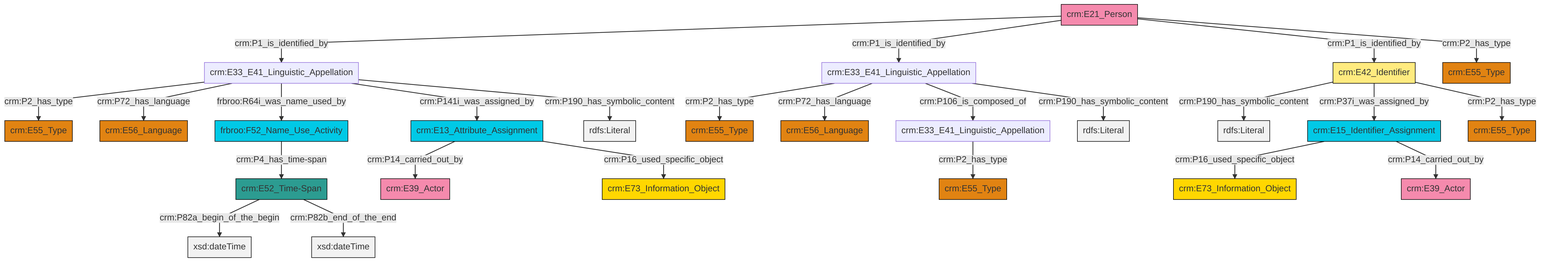
Earlier version of the Mermaid export et/personCSV/ttl/mmd/png/Person_Names_and_Classification.png (swiss-art-research-net/docs.swissartresearch). Its source is kept beside it as et/personCSV/ttl/mmd/Person_Names_and_Classification.ttl.mmd.
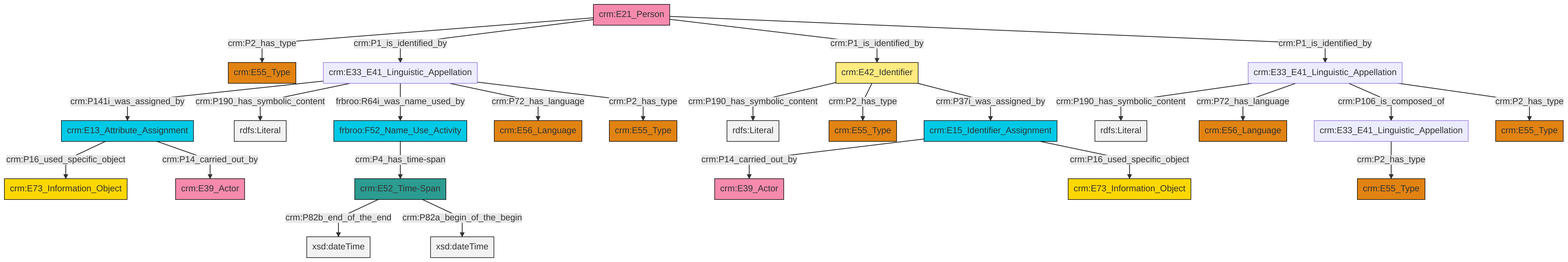
After the commit.

What changed in the source:
```diff
@@ -13,27 +13,27 @@
 classDef PC_Classes fill:#4ce600, stroke:#000000;
 classDef Multi fill:#cccccc,stroke:#000000;
 
-2["crm:E33_E41_Linguistic_Appellation"]:::Default -->|crm:P2_has_type| 3["crm:E55_Type"]:::Type
-4["crm:E33_E41_Linguistic_Appellation"]:::Default -->|crm:P2_has_type| 5["crm:E55_Type"]:::Type
-6["crm:E15_Identifier_Assignment"]:::Temporal_Entity -->|crm:P16_used_specific_object| 7["crm:E73_Information_Object"]:::Conceptual_Object
-8["crm:E42_Identifier"]:::Appellation -->|crm:P190_has_symbolic_content| 10[rdfs:Literal]:::Literal
-11["crm:E52_Time-Span"]:::Time-Span -->|crm:P82a_begin_of_the_begin| 12[xsd:dateTime]:::Literal
-16["crm:E13_Attribute_Assignment"]:::Temporal_Entity -->|crm:P14_carried_out_by| 17["crm:E39_Actor"]:::Actor
-22["crm:E21_Person"]:::Actor -->|crm:P1_is_identified_by| 4["crm:E33_E41_Linguistic_Appellation"]:::Default
-4["crm:E33_E41_Linguistic_Appellation"]:::Default -->|crm:P72_has_language| 0["crm:E56_Language"]:::Type
-25["frbroo:F52_Name_Use_Activity"]:::Temporal_Entity -->|crm:P4_has_time-span| 11["crm:E52_Time-Span"]:::Time-Span
-4["crm:E33_E41_Linguistic_Appellation"]:::Default -->|frbroo:R64i_was_name_used_by| 25["frbroo:F52_Name_Use_Activity"]:::Temporal_Entity
-4["crm:E33_E41_Linguistic_Appellation"]:::Default -->|crm:P141i_was_assigned_by| 16["crm:E13_Attribute_Assignment"]:::Temporal_Entity
-2["crm:E33_E41_Linguistic_Appellation"]:::Default -->|crm:P72_has_language| 28["crm:E56_Language"]:::Type
-16["crm:E13_Attribute_Assignment"]:::Temporal_Entity -->|crm:P16_used_specific_object| 20["crm:E73_Information_Object"]:::Conceptual_Object
-4["crm:E33_E41_Linguistic_Appellation"]:::Default -->|crm:P190_has_symbolic_content| 31[rdfs:Literal]:::Literal
-6["crm:E15_Identifier_Assignment"]:::Temporal_Entity -->|crm:P14_carried_out_by| 33["crm:E39_Actor"]:::Actor
-22["crm:E21_Person"]:::Actor -->|crm:P1_is_identified_by| 2["crm:E33_E41_Linguistic_Appellation"]:::Default
-8["crm:E42_Identifier"]:::Appellation -->|crm:P37i_was_assigned_by| 6["crm:E15_Identifier_Assignment"]:::Temporal_Entity
-8["crm:E42_Identifier"]:::Appellation -->|crm:P2_has_type| 37["crm:E55_Type"]:::Type
-2["crm:E33_E41_Linguistic_Appellation"]:::Default -->|crm:P106_is_composed_of| 23["crm:E33_E41_Linguistic_Appellation"]:::Default
-22["crm:E21_Person"]:::Actor -->|crm:P1_is_identified_by| 8["crm:E42_Identifier"]:::Appellation
-11["crm:E52_Time-Span"]:::Time-Span -->|crm:P82b_end_of_the_end| 42[xsd:dateTime]:::Literal
-23["crm:E33_E41_Linguistic_Appellation"]:::Default -->|crm:P2_has_type| 26["crm:E55_Type"]:::Type
-22["crm:E21_Person"]:::Actor -->|crm:P2_has_type| 13["crm:E55_Type"]:::Type
-2["crm:E33_E41_Linguistic_Appellation"]:::Default -->|crm:P190_has_symbolic_content| 45[rdfs:Literal]:::Literal
+2["crm:E15_Identifier_Assignment"]:::Temporal_Entity -->|crm:P14_carried_out_by| 3["crm:E39_Actor"]:::Actor
+6["crm:E33_E41_Linguistic_Appellation"]:::Default -->|crm:P190_has_symbolic_content| 7[rdfs:Literal]:::Literal
+2["crm:E15_Identifier_Assignment"]:::Temporal_Entity -->|crm:P16_used_specific_object| 8["crm:E73_Information_Object"]:::Conceptual_Object
+11["crm:E42_Identifier"]:::Appellation -->|crm:P190_has_symbolic_content| 12[rdfs:Literal]:::Literal
+16["crm:E33_E41_Linguistic_Appellation"]:::Default -->|crm:P141i_was_assigned_by| 17["crm:E13_Attribute_Assignment"]:::Temporal_Entity
+16["crm:E33_E41_Linguistic_Appellation"]:::Default -->|crm:P190_has_symbolic_content| 20[rdfs:Literal]:::Literal
+21["crm:E21_Person"]:::Actor -->|crm:P2_has_type| 22["crm:E55_Type"]:::Type
+14["crm:E52_Time-Span"]:::Time-Span -->|crm:P82b_end_of_the_end| 23[xsd:dateTime]:::Literal
+0["crm:E33_E41_Linguistic_Appellation"]:::Default -->|crm:P2_has_type| 25["crm:E55_Type"]:::Type
+21["crm:E21_Person"]:::Actor -->|crm:P1_is_identified_by| 16["crm:E33_E41_Linguistic_Appellation"]:::Default
+14["crm:E52_Time-Span"]:::Time-Span -->|crm:P82a_begin_of_the_begin| 32[xsd:dateTime]:::Literal
+21["crm:E21_Person"]:::Actor -->|crm:P1_is_identified_by| 11["crm:E42_Identifier"]:::Appellation
+11["crm:E42_Identifier"]:::Appellation -->|crm:P2_has_type| 30["crm:E55_Type"]:::Type
+17["crm:E13_Attribute_Assignment"]:::Temporal_Entity -->|crm:P16_used_specific_object| 4["crm:E73_Information_Object"]:::Conceptual_Object
+6["crm:E33_E41_Linguistic_Appellation"]:::Default -->|crm:P72_has_language| 35["crm:E56_Language"]:::Type
+17["crm:E13_Attribute_Assignment"]:::Temporal_Entity -->|crm:P14_carried_out_by| 33["crm:E39_Actor"]:::Actor
+16["crm:E33_E41_Linguistic_Appellation"]:::Default -->|frbroo:R64i_was_name_used_by| 37["frbroo:F52_Name_Use_Activity"]:::Temporal_Entity
+11["crm:E42_Identifier"]:::Appellation -->|crm:P37i_was_assigned_by| 2["crm:E15_Identifier_Assignment"]:::Temporal_Entity
+21["crm:E21_Person"]:::Actor -->|crm:P1_is_identified_by| 6["crm:E33_E41_Linguistic_Appellation"]:::Default
+16["crm:E33_E41_Linguistic_Appellation"]:::Default -->|crm:P72_has_language| 9["crm:E56_Language"]:::Type
+16["crm:E33_E41_Linguistic_Appellation"]:::Default -->|crm:P2_has_type| 28["crm:E55_Type"]:::Type
+6["crm:E33_E41_Linguistic_Appellation"]:::Default -->|crm:P106_is_composed_of| 0["crm:E33_E41_Linguistic_Appellation"]:::Default
+37["frbroo:F52_Name_Use_Activity"]:::Temporal_Entity -->|crm:P4_has_time-span| 14["crm:E52_Time-Span"]:::Time-Span
+6["crm:E33_E41_Linguistic_Appellation"]:::Default -->|crm:P2_has_type| 18["crm:E55_Type"]:::Type
```
